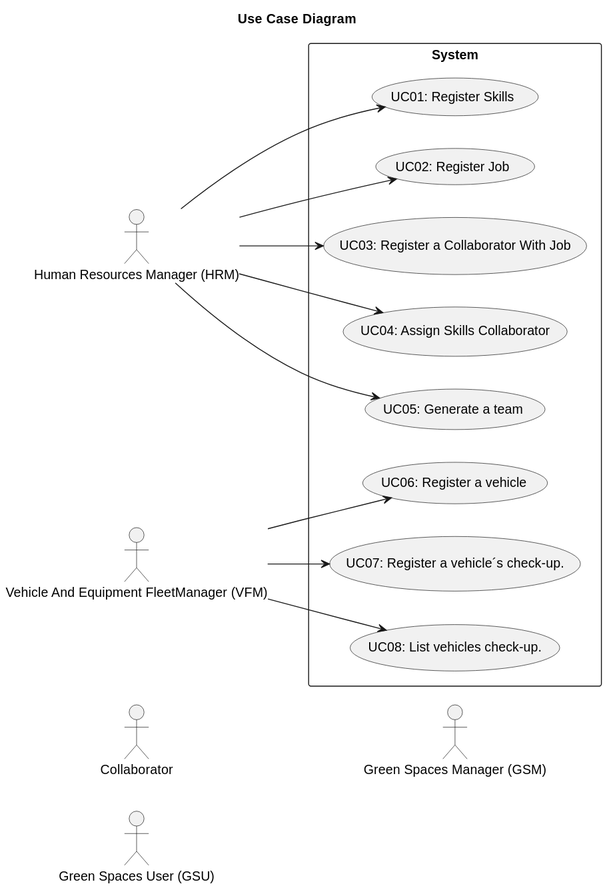
This is docs/sprint3/global-artifacts/01.requirements-engineering/svg/use-case-diagram.svg from Departamento-de-Engenharia-Informatica/lei-24-s2-1db-g022, a PlantUML export, as it was before one commit.
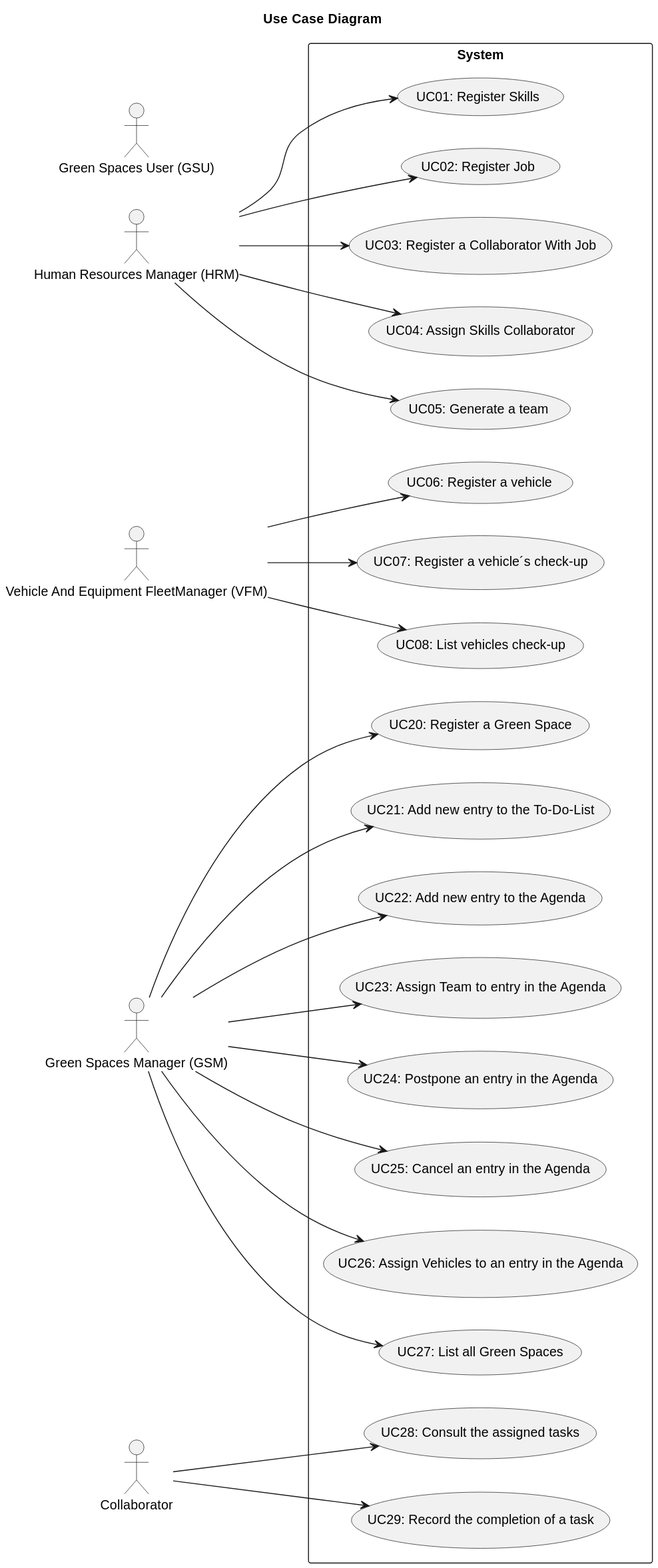
After the commit.

What changed in the source:
```diff
@@ -7,9 +7,9 @@
 
     actor "Human Resources Manager (HRM)" as HumanResourcesManager
     actor "Vehicle And Equipment FleetManager (VFM)" as VehicleAndEquipmentFleetManager
-    actor Collaborator
     actor "Green Spaces User (GSU)" as GreenSpacesUser
     actor "Green Spaces Manager (GSM)" as GreenSpacesManager
+    actor Collaborator
 
 rectangle System {
     usecase "UC01: Register Skills" as UC01
@@ -24,9 +24,29 @@
     HumanResourcesManager --> UC05
     usecase "UC06: Register a vehicle" as UC06
     VehicleAndEquipmentFleetManager --> UC06
-    usecase "UC07: Register a vehicle´s check-up." as UC07
+    usecase "UC07: Register a vehicle´s check-up" as UC07
     VehicleAndEquipmentFleetManager --> UC07
-    usecase "UC08: List vehicles check-up." as UC08
+    usecase "UC08: List vehicles check-up" as UC08
     VehicleAndEquipmentFleetManager --> UC08
+    usecase "UC20: Register a Green Space" as UC20
+    GreenSpacesManager -->  UC20
+    usecase "UC21: Add new entry to the To-Do-List" as UC21
+    GreenSpacesManager -->  UC21
+    usecase "UC22: Add new entry to the Agenda" as UC22
+    GreenSpacesManager -->  UC22
+    usecase "UC23: Assign Team to entry in the Agenda" as UC23
+    GreenSpacesManager -->  UC23
+    usecase "UC24: Postpone an entry in the Agenda" as UC24
+    GreenSpacesManager -->  UC24
+    usecase "UC25: Cancel an entry in the Agenda" as UC25
+    GreenSpacesManager -->  UC25
+    usecase "UC26: Assign Vehicles to an entry in the Agenda" as UC26
+    GreenSpacesManager -->  UC26
+    usecase "UC27: List all Green Spaces" as UC27
+    GreenSpacesManager -->  UC27
+    usecase "UC28: Consult the assigned tasks" as UC28
+    Collaborator -->  UC28
+    usecase "UC29: Record the completion of a task" as UC29
+    Collaborator -->  UC29
 }
 @enduml
```
